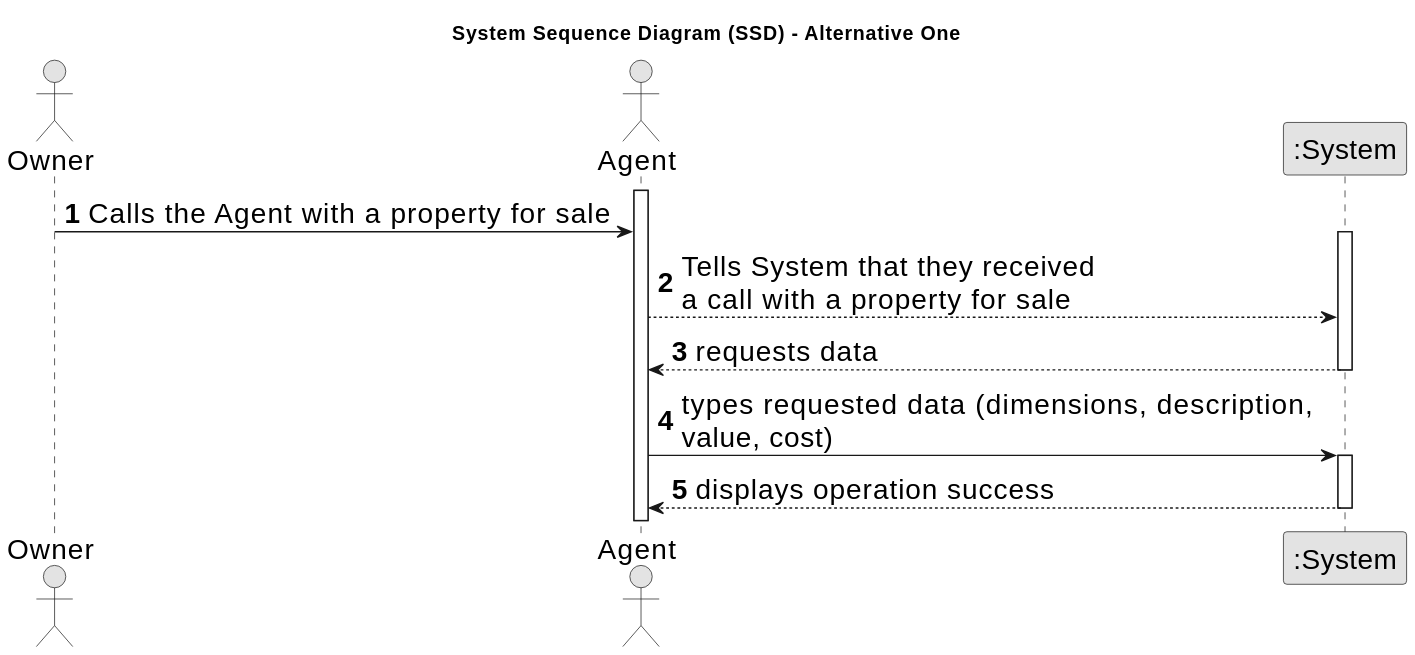
Earlier version of the PlantUML export docs/sprintA/us002/01.requirements-engineering/svg/us002-system-sequence-diagram-alternative-one.svg (Goncalves2525/real-estate-management-system).
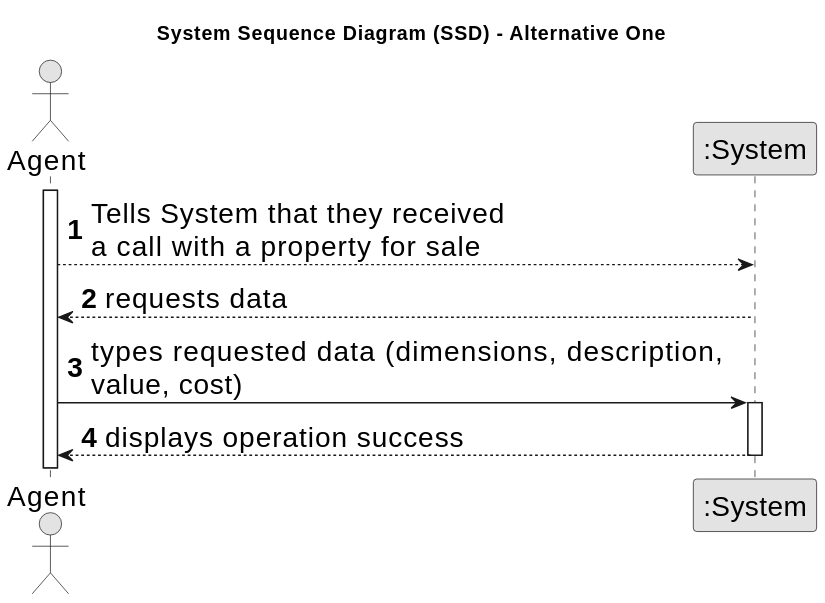
The same file after the commit.

What changed in the source:
```diff
@@ -8,14 +8,11 @@
 
 autonumber
 
-actor "Owner" as Owner
 actor "Agent" as Agent
 participant ":System" as System
 
 activate Agent
 
-    Owner -> Agent : Calls the Agent with a property for sale
-    activate System
 
     Agent --> System : Tells System that they received \na call with a property for sale
 
```
